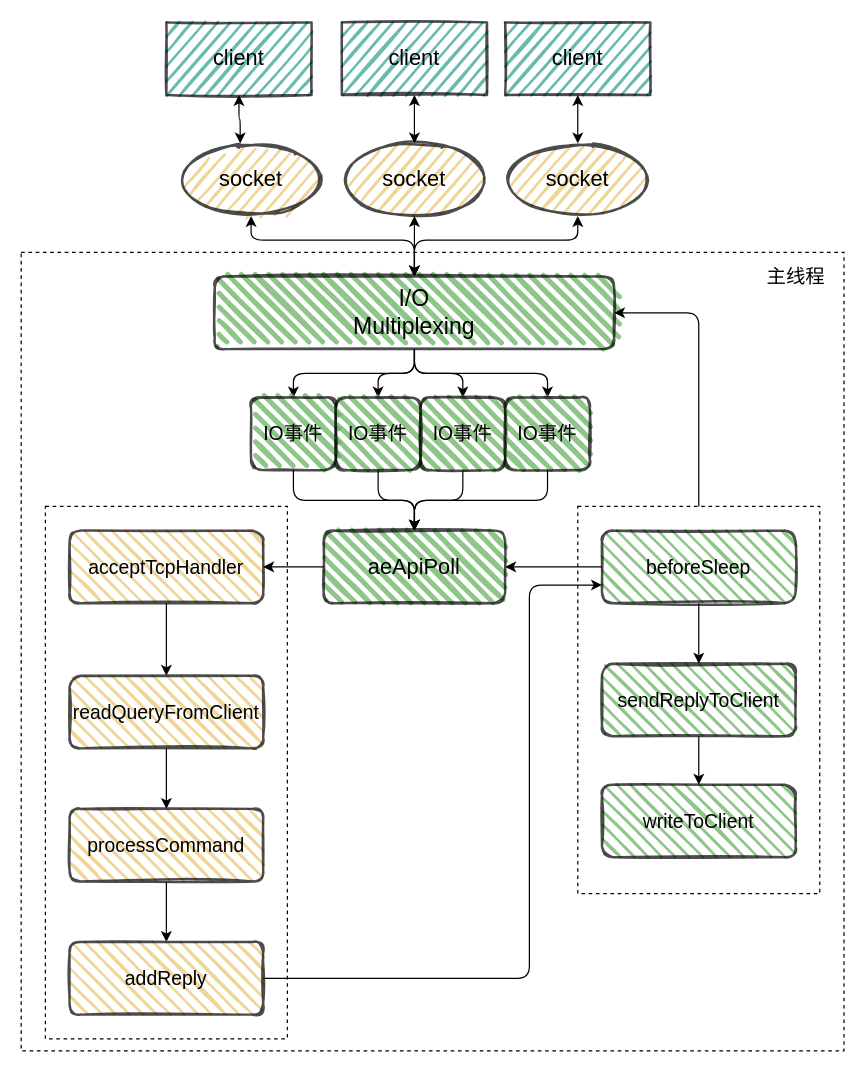
Earlier version of the draw.io diagram page "single" (3 of 29) of redis/redis.drawio (boilingfrog/Go-POINT). Source tidied: cells renumbered, new cells numbered last; positions are measured from the earlier drawing's top-left corner, leaving out a move shared by most shapes. Both pictures are drawn from the tidied source at 121%, with x=0, y=0 at pixel (21, 22).
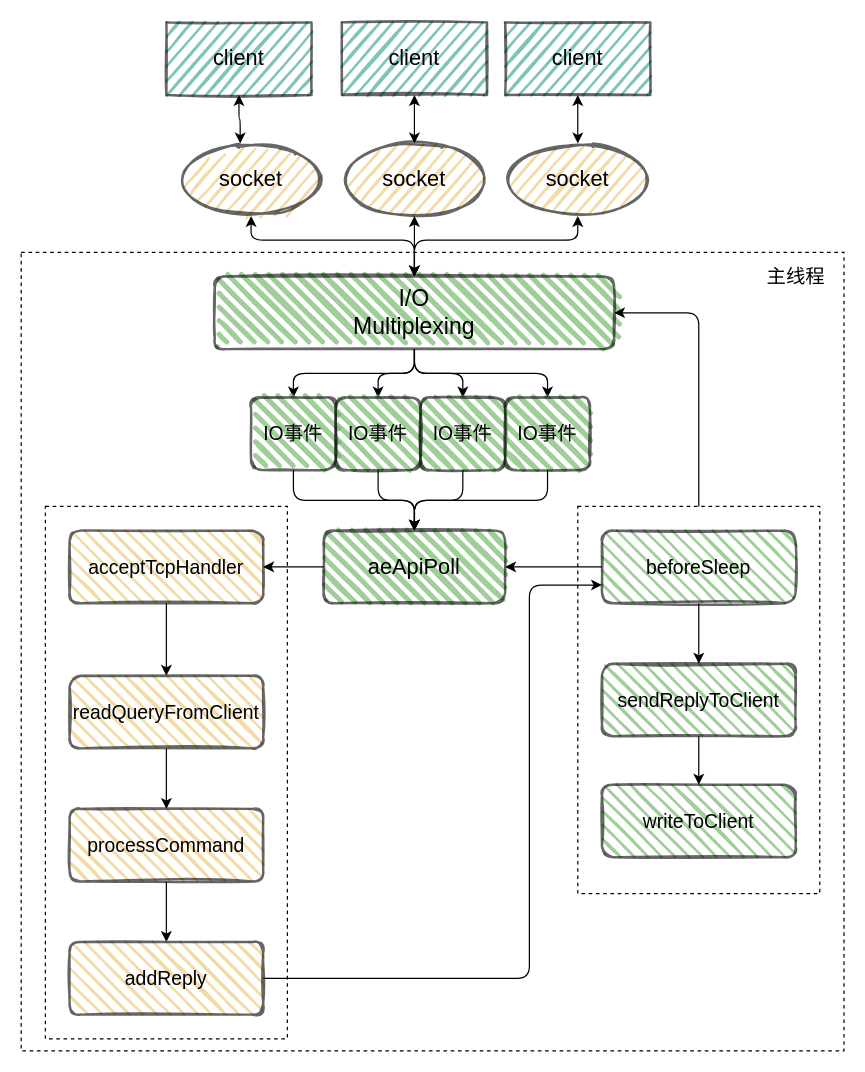
The same page after the edit.

What changed in the source:
```diff
@@
-    <mxCell id="9" value="&lt;font style=&quot;font-size: 19px&quot;&gt;I/O&lt;br&gt;Multiplexing&lt;/font&gt;" style="rounded=1;whiteSpace=wrap;html=1;strokeWidth=2;fillWeight=4;hachureGap=8;hachureAngle=45;fillColor=#5FAD56;sketch=1;fontSize=16;opacity=70;" parent="1" vertex="1">
+    <mxCell id="9" value="&lt;font style=&quot;font-size: 19px&quot;&gt;I/O&lt;br&gt;Multiplexing&lt;/font&gt;" style="rounded=1;whiteSpace=wrap;html=1;strokeWidth=2;fillWeight=4;hachureGap=8;hachureAngle=45;fillColor=#5FAD56;sketch=1;fontSize=16;opacity=60;" parent="1" vertex="1">
       <mxGeometry x="160" y="210" width="330" height="60" as="geometry" />
     </mxCell>
@@
-    <mxCell id="11" value="&lt;font style=&quot;font-size: 18px&quot;&gt;socket&lt;/font&gt;" style="ellipse;whiteSpace=wrap;html=1;strokeWidth=2;fillWeight=2;hachureGap=8;fillColor=#E9C46A;fillStyle=dots;sketch=1;fontSize=16;opacity=70;" parent="1" vertex="1">
+    <mxCell id="11" value="&lt;font style=&quot;font-size: 18px&quot;&gt;socket&lt;/font&gt;" style="ellipse;whiteSpace=wrap;html=1;strokeWidth=2;fillWeight=2;hachureGap=8;fillColor=#E9C46A;fillStyle=dots;sketch=1;fontSize=16;opacity=60;" parent="1" vertex="1">
       <mxGeometry x="130" y="100" width="120" height="60" as="geometry" />
     </mxCell>
@@
-    <mxCell id="13" value="&lt;font style=&quot;font-size: 18px&quot;&gt;socket&lt;/font&gt;" style="ellipse;whiteSpace=wrap;html=1;strokeWidth=2;fillWeight=2;hachureGap=8;fillColor=#E9C46A;fillStyle=dots;sketch=1;fontSize=16;opacity=70;" parent="1" vertex="1">
+    <mxCell id="13" value="&lt;font style=&quot;font-size: 18px&quot;&gt;socket&lt;/font&gt;" style="ellipse;whiteSpace=wrap;html=1;strokeWidth=2;fillWeight=2;hachureGap=8;fillColor=#E9C46A;fillStyle=dots;sketch=1;fontSize=16;opacity=60;" parent="1" vertex="1">
       <mxGeometry x="400" y="100" width="120" height="60" as="geometry" />
     </mxCell>
@@
-    <mxCell id="15" value="&lt;font style=&quot;font-size: 18px&quot;&gt;aeApiPoll&lt;/font&gt;" style="rounded=1;whiteSpace=wrap;html=1;strokeWidth=2;fillWeight=4;hachureGap=8;hachureAngle=45;fillColor=#5FAD56;sketch=1;fontSize=16;opacity=70;" parent="1" vertex="1">
+    <mxCell id="15" value="&lt;font style=&quot;font-size: 18px&quot;&gt;aeApiPoll&lt;/font&gt;" style="rounded=1;whiteSpace=wrap;html=1;strokeWidth=2;fillWeight=4;hachureGap=8;hachureAngle=45;fillColor=#5FAD56;sketch=1;fontSize=16;opacity=60;" parent="1" vertex="1">
       <mxGeometry x="250" y="420" width="150" height="60" as="geometry" />
     </mxCell>
@@
-    <mxCell id="17" value="acceptTcpHandler" style="rounded=1;whiteSpace=wrap;html=1;strokeWidth=2;fillWeight=2;hachureGap=8;hachureAngle=45;fillColor=#E9C46A;sketch=1;fontSize=16;fillStyle=dots;opacity=70;" parent="1" vertex="1">
+    <mxCell id="17" value="acceptTcpHandler" style="rounded=1;whiteSpace=wrap;html=1;strokeWidth=2;fillWeight=2;hachureGap=8;hachureAngle=45;fillColor=#E9C46A;sketch=1;fontSize=16;fillStyle=dots;opacity=60;" parent="1" vertex="1">
       <mxGeometry x="40" y="420" width="160" height="60" as="geometry" />
     </mxCell>
@@
-    <mxCell id="19" value="&lt;font style=&quot;font-size: 18px&quot;&gt;socket&lt;/font&gt;" style="ellipse;whiteSpace=wrap;html=1;strokeWidth=2;fillWeight=2;hachureGap=8;fillColor=#E9C46A;fillStyle=dots;sketch=1;fontSize=16;opacity=70;" parent="1" vertex="1">
+    <mxCell id="19" value="&lt;font style=&quot;font-size: 18px&quot;&gt;socket&lt;/font&gt;" style="ellipse;whiteSpace=wrap;html=1;strokeWidth=2;fillWeight=2;hachureGap=8;fillColor=#E9C46A;fillStyle=dots;sketch=1;fontSize=16;opacity=60;" parent="1" vertex="1">
       <mxGeometry x="265" y="100" width="120" height="60" as="geometry" />
     </mxCell>
@@
-    <mxCell id="21" value="&lt;font style=&quot;font-size: 18px&quot;&gt;client&lt;/font&gt;" style="rounded=0;whiteSpace=wrap;html=1;fontFamily=Helvetica;fontSize=12;fontColor=default;strokeColor=default;fillColor=#2A9D8F;strokeWidth=2;fillWeight=2;hachureGap=8;fillStyle=dots;sketch=1;opacity=70;" parent="1" vertex="1">
+    <mxCell id="21" value="&lt;font style=&quot;font-size: 18px&quot;&gt;client&lt;/font&gt;" style="rounded=0;whiteSpace=wrap;html=1;fontFamily=Helvetica;fontSize=12;fontColor=default;strokeColor=default;fillColor=#2A9D8F;strokeWidth=2;fillWeight=2;hachureGap=8;fillStyle=dots;sketch=1;opacity=60;" parent="1" vertex="1">
       <mxGeometry x="120" width="120" height="60" as="geometry" />
     </mxCell>
@@
-    <mxCell id="23" value="&lt;font style=&quot;font-size: 18px&quot;&gt;client&lt;/font&gt;" style="rounded=0;whiteSpace=wrap;html=1;fontFamily=Helvetica;fontSize=12;fontColor=default;strokeColor=default;fillColor=#2A9D8F;strokeWidth=2;fillWeight=2;hachureGap=8;fillStyle=dots;sketch=1;opacity=70;" parent="1" vertex="1">
+    <mxCell id="23" value="&lt;font style=&quot;font-size: 18px&quot;&gt;client&lt;/font&gt;" style="rounded=0;whiteSpace=wrap;html=1;fontFamily=Helvetica;fontSize=12;fontColor=default;strokeColor=default;fillColor=#2A9D8F;strokeWidth=2;fillWeight=2;hachureGap=8;fillStyle=dots;sketch=1;opacity=60;" parent="1" vertex="1">
       <mxGeometry x="265" width="120" height="60" as="geometry" />
     </mxCell>
@@
-    <mxCell id="25" value="&lt;font style=&quot;font-size: 18px&quot;&gt;client&lt;/font&gt;" style="rounded=0;whiteSpace=wrap;html=1;fontFamily=Helvetica;fontSize=12;fontColor=default;strokeColor=default;fillColor=#2A9D8F;strokeWidth=2;fillWeight=2;hachureGap=8;fillStyle=dots;sketch=1;opacity=70;" parent="1" vertex="1">
+    <mxCell id="25" value="&lt;font style=&quot;font-size: 18px&quot;&gt;client&lt;/font&gt;" style="rounded=0;whiteSpace=wrap;html=1;fontFamily=Helvetica;fontSize=12;fontColor=default;strokeColor=default;fillColor=#2A9D8F;strokeWidth=2;fillWeight=2;hachureGap=8;fillStyle=dots;sketch=1;opacity=60;" parent="1" vertex="1">
       <mxGeometry x="400" width="120" height="60" as="geometry" />
     </mxCell>
@@
-    <mxCell id="27" value="readQueryFromClient" style="rounded=1;whiteSpace=wrap;html=1;strokeWidth=2;fillWeight=2;hachureGap=8;hachureAngle=45;fillColor=#E9C46A;sketch=1;fontSize=16;fillStyle=dots;opacity=70;" parent="1" vertex="1">
+    <mxCell id="27" value="readQueryFromClient" style="rounded=1;whiteSpace=wrap;html=1;strokeWidth=2;fillWeight=2;hachureGap=8;hachureAngle=45;fillColor=#E9C46A;sketch=1;fontSize=16;fillStyle=dots;opacity=60;" parent="1" vertex="1">
       <mxGeometry x="40" y="540" width="160" height="60" as="geometry" />
     </mxCell>
@@
-    <mxCell id="29" value="sendReplyToClient" style="rounded=1;whiteSpace=wrap;html=1;strokeWidth=2;fillWeight=2;hachureGap=8;hachureAngle=45;fillColor=#5FAD56;sketch=1;fontSize=16;fillStyle=dots;opacity=70;" parent="1" vertex="1">
+    <mxCell id="29" value="sendReplyToClient" style="rounded=1;whiteSpace=wrap;html=1;strokeWidth=2;fillWeight=2;hachureGap=8;hachureAngle=45;fillColor=#5FAD56;sketch=1;fontSize=16;fillStyle=dots;opacity=60;" parent="1" vertex="1">
       <mxGeometry x="480" y="530" width="160" height="60" as="geometry" />
     </mxCell>
@@
-    <mxCell id="33" value="beforeSleep" style="rounded=1;whiteSpace=wrap;html=1;strokeWidth=2;fillWeight=2;hachureGap=8;hachureAngle=45;fillColor=#5FAD56;sketch=1;fontSize=16;fillStyle=dots;opacity=70;" parent="1" vertex="1">
+    <mxCell id="33" value="beforeSleep" style="rounded=1;whiteSpace=wrap;html=1;strokeWidth=2;fillWeight=2;hachureGap=8;hachureAngle=45;fillColor=#5FAD56;sketch=1;fontSize=16;fillStyle=dots;opacity=60;" parent="1" vertex="1">
       <mxGeometry x="480" y="420" width="160" height="60" as="geometry" />
     </mxCell>
@@
-    <mxCell id="35" value="processCommand" style="rounded=1;whiteSpace=wrap;html=1;strokeWidth=2;fillWeight=2;hachureGap=8;hachureAngle=45;fillColor=#E9C46A;sketch=1;fontSize=16;fillStyle=dots;opacity=70;" parent="1" vertex="1">
+    <mxCell id="35" value="processCommand" style="rounded=1;whiteSpace=wrap;html=1;strokeWidth=2;fillWeight=2;hachureGap=8;hachureAngle=45;fillColor=#E9C46A;sketch=1;fontSize=16;fillStyle=dots;opacity=60;" parent="1" vertex="1">
       <mxGeometry x="40" y="650" width="160" height="60" as="geometry" />
     </mxCell>
@@
-    <mxCell id="37" value="addReply" style="rounded=1;whiteSpace=wrap;html=1;strokeWidth=2;fillWeight=2;hachureGap=8;hachureAngle=45;fillColor=#E9C46A;sketch=1;fontSize=16;fillStyle=dots;opacity=70;" parent="1" vertex="1">
+    <mxCell id="37" value="addReply" style="rounded=1;whiteSpace=wrap;html=1;strokeWidth=2;fillWeight=2;hachureGap=8;hachureAngle=45;fillColor=#E9C46A;sketch=1;fontSize=16;fillStyle=dots;opacity=60;" parent="1" vertex="1">
       <mxGeometry x="40" y="760" width="160" height="60" as="geometry" />
     </mxCell>
-    <mxCell id="38" value="writeToClient" style="rounded=1;whiteSpace=wrap;html=1;strokeWidth=2;fillWeight=2;hachureGap=8;hachureAngle=45;fillColor=#5FAD56;sketch=1;fontSize=16;fillStyle=dots;opacity=70;" parent="1" vertex="1">
+    <mxCell id="38" value="writeToClient" style="rounded=1;whiteSpace=wrap;html=1;strokeWidth=2;fillWeight=2;hachureGap=8;hachureAngle=45;fillColor=#5FAD56;sketch=1;fontSize=16;fillStyle=dots;opacity=60;" parent="1" vertex="1">
       <mxGeometry x="480" y="630" width="160" height="60" as="geometry" />
     </mxCell>
@@
-    <mxCell id="40" value="IO事件" style="rounded=1;whiteSpace=wrap;html=1;strokeWidth=2;fillWeight=4;hachureGap=8;hachureAngle=45;fillColor=#5FAD56;sketch=1;fontSize=16;opacity=70;" parent="1" vertex="1">
+    <mxCell id="40" value="IO事件" style="rounded=1;whiteSpace=wrap;html=1;strokeWidth=2;fillWeight=4;hachureGap=8;hachureAngle=45;fillColor=#5FAD56;sketch=1;fontSize=16;opacity=60;" parent="1" vertex="1">
       <mxGeometry x="190" y="310" width="70" height="60" as="geometry" />
     </mxCell>
@@
-    <mxCell id="42" value="IO事件" style="rounded=1;whiteSpace=wrap;html=1;strokeWidth=2;fillWeight=4;hachureGap=8;hachureAngle=45;fillColor=#5FAD56;sketch=1;fontSize=16;opacity=70;" parent="1" vertex="1">
+    <mxCell id="42" value="IO事件" style="rounded=1;whiteSpace=wrap;html=1;strokeWidth=2;fillWeight=4;hachureGap=8;hachureAngle=45;fillColor=#5FAD56;sketch=1;fontSize=16;opacity=60;" parent="1" vertex="1">
       <mxGeometry x="260" y="310" width="70" height="60" as="geometry" />
     </mxCell>
@@
-    <mxCell id="44" value="IO事件" style="rounded=1;whiteSpace=wrap;html=1;strokeWidth=2;fillWeight=4;hachureGap=8;hachureAngle=45;fillColor=#5FAD56;sketch=1;fontSize=16;opacity=70;" parent="1" vertex="1">
+    <mxCell id="44" value="IO事件" style="rounded=1;whiteSpace=wrap;html=1;strokeWidth=2;fillWeight=4;hachureGap=8;hachureAngle=45;fillColor=#5FAD56;sketch=1;fontSize=16;opacity=60;" parent="1" vertex="1">
       <mxGeometry x="330" y="310" width="70" height="60" as="geometry" />
     </mxCell>
@@
-    <mxCell id="46" value="IO事件" style="rounded=1;whiteSpace=wrap;html=1;strokeWidth=2;fillWeight=4;hachureGap=8;hachureAngle=45;fillColor=#5FAD56;sketch=1;fontSize=16;opacity=70;" parent="1" vertex="1">
+    <mxCell id="46" value="IO事件" style="rounded=1;whiteSpace=wrap;html=1;strokeWidth=2;fillWeight=4;hachureGap=8;hachureAngle=45;fillColor=#5FAD56;sketch=1;fontSize=16;opacity=60;" parent="1" vertex="1">
       <mxGeometry x="400" y="310" width="70" height="60" as="geometry" />
     </mxCell>
```
